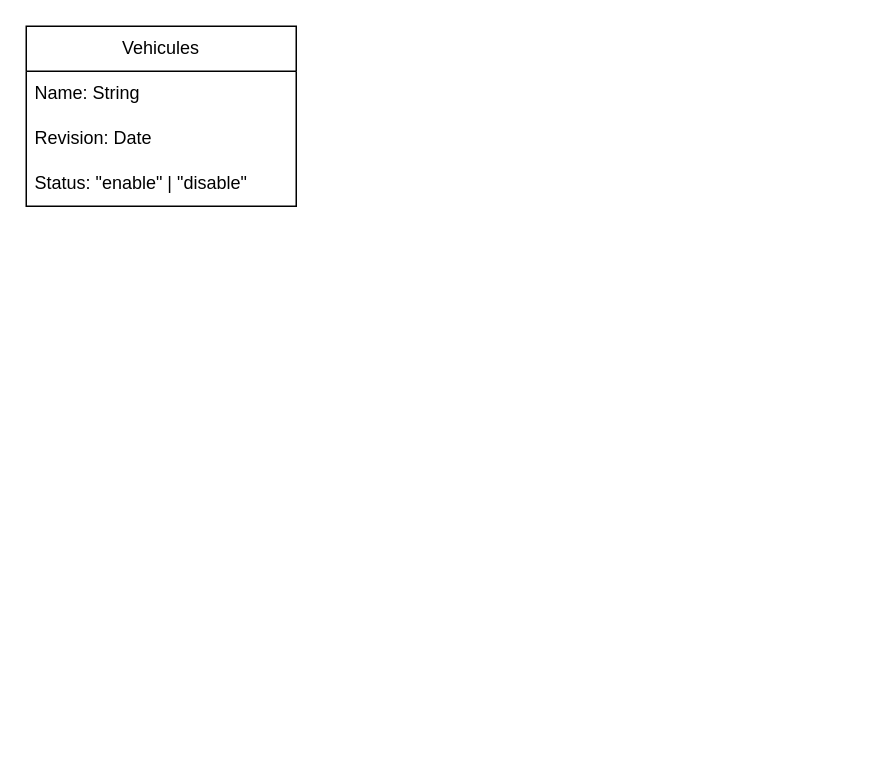
This is entities.drawio from Lokki68/securiparc_uml, a draw.io file, before an edit. Source tidied: cells renumbered, new cells numbered last; positions are measured from the earlier drawing's top-left corner, leaving out a move shared by most shapes. Both pictures are drawn from the tidied source at 150%, with x=0, y=0 at pixel (26, 26).
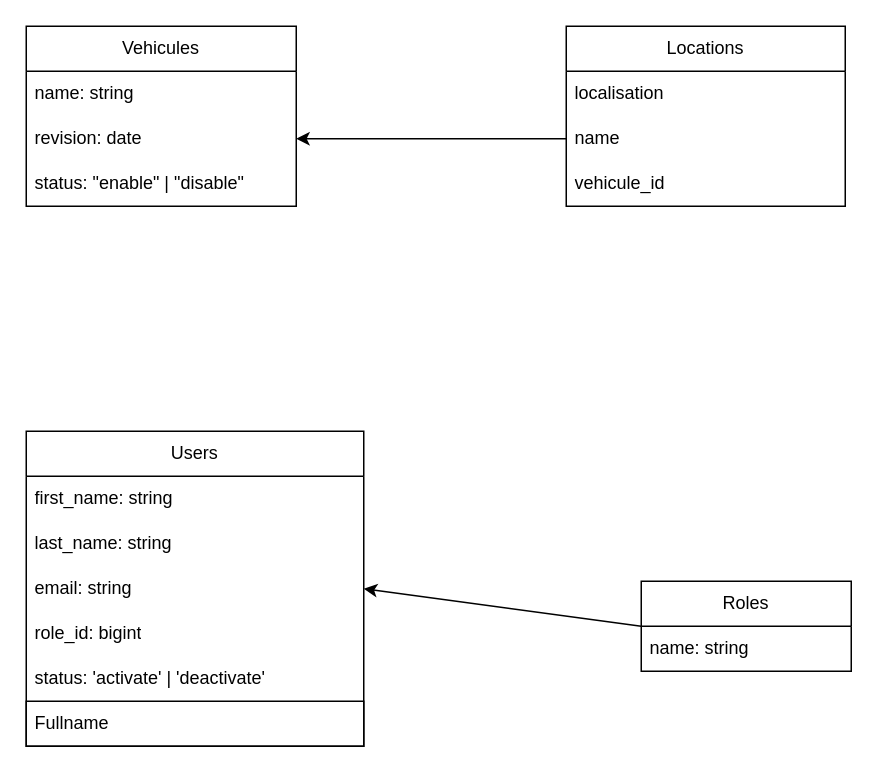
After the change.

Commit message:
add users role location table

Unchanged cells that the change refers to:
```xml
<mxCell id="2" value="Vehicules" style="swimlane;fontStyle=0;horizontal=1;startSize=30;whiteSpace=wrap;html=1;" parent="1" vertex="1">
  <mxGeometry width="180" height="120" as="geometry" />
</mxCell>
```

Change to the diagram source:
```diff
@@
-    <mxCell id="3" value="Name: String" style="text;strokeColor=none;fillColor=none;align=left;verticalAlign=middle;spacingLeft=4;spacingRight=4;overflow=hidden;whiteSpace=wrap;html=1;" parent="2" vertex="1">
+    <mxCell id="3" value="name: string" style="text;strokeColor=none;fillColor=none;align=left;verticalAlign=middle;spacingLeft=4;spacingRight=4;overflow=hidden;whiteSpace=wrap;html=1;" parent="2" vertex="1">
       <mxGeometry y="30" width="180" height="30" as="geometry" />
     </mxCell>
-    <mxCell id="4" value="Revision: Date" style="text;strokeColor=none;fillColor=none;align=left;verticalAlign=middle;spacingLeft=4;spacingRight=4;overflow=hidden;points=[[0,0.5],[1,0.5]];portConstraint=eastwest;whiteSpace=wrap;html=1;" parent="2" vertex="1">
+    <mxCell id="4" value="revision: date" style="text;strokeColor=none;fillColor=none;align=left;verticalAlign=middle;spacingLeft=4;spacingRight=4;overflow=hidden;points=[[0,0.5],[1,0.5]];portConstraint=eastwest;whiteSpace=wrap;html=1;" parent="2" vertex="1">
       <mxGeometry y="60" width="180" height="30" as="geometry" />
     </mxCell>
-    <mxCell id="5" value="Status: &quot;enable&quot; | &quot;disable&quot;" style="text;strokeColor=none;fillColor=none;align=left;verticalAlign=middle;spacingLeft=4;spacingRight=4;overflow=hidden;whiteSpace=wrap;html=1;" parent="2" vertex="1">
+    <mxCell id="5" value="status: &quot;enable&quot; | &quot;disable&quot;" style="text;strokeColor=none;fillColor=none;align=left;verticalAlign=middle;spacingLeft=4;spacingRight=4;overflow=hidden;whiteSpace=wrap;html=1;" parent="2" vertex="1">
       <mxGeometry y="90" width="180" height="30" as="geometry" />
     </mxCell>
+    <mxCell id="6" value="Locations" style="swimlane;fontStyle=0;horizontal=1;startSize=30;whiteSpace=wrap;html=1;" parent="1" vertex="1">
+      <mxGeometry x="360" width="186" height="120" as="geometry" />
+    </mxCell>
+    <mxCell id="7" value="localisation" style="text;strokeColor=none;fillColor=none;align=left;verticalAlign=middle;spacingLeft=4;spacingRight=4;overflow=hidden;whiteSpace=wrap;html=1;" parent="6" vertex="1">
+      <mxGeometry y="30" width="186" height="30" as="geometry" />
+    </mxCell>
+    <mxCell id="8" value="name" style="text;strokeColor=none;fillColor=none;align=left;verticalAlign=middle;spacingLeft=4;spacingRight=4;overflow=hidden;points=[[0,0.5],[1,0.5]];portConstraint=eastwest;whiteSpace=wrap;html=1;" parent="6" vertex="1">
+      <mxGeometry y="60" width="186" height="30" as="geometry" />
+    </mxCell>
+    <mxCell id="9" value="vehicule_id" style="text;strokeColor=none;fillColor=none;align=left;verticalAlign=middle;spacingLeft=4;spacingRight=4;overflow=hidden;whiteSpace=wrap;html=1;" parent="6" vertex="1">
+      <mxGeometry y="90" width="186" height="30" as="geometry" />
+    </mxCell>
+    <mxCell id="10" value="Users" style="swimlane;fontStyle=0;horizontal=1;startSize=30;whiteSpace=wrap;html=1;" parent="1" vertex="1">
+      <mxGeometry y="270" width="225" height="210" as="geometry" />
+    </mxCell>
+    <mxCell id="11" value="first_name: string" style="text;strokeColor=none;fillColor=none;align=left;verticalAlign=middle;spacingLeft=4;spacingRight=4;overflow=hidden;whiteSpace=wrap;html=1;" parent="10" vertex="1">
+      <mxGeometry y="30" width="225" height="30" as="geometry" />
+    </mxCell>
+    <mxCell id="12" value="last_name: string" style="text;strokeColor=none;fillColor=none;align=left;verticalAlign=middle;spacingLeft=4;spacingRight=4;overflow=hidden;whiteSpace=wrap;html=1;" parent="10" vertex="1">
+      <mxGeometry y="60" width="225" height="30" as="geometry" />
+    </mxCell>
+    <mxCell id="13" value="email: string" style="text;strokeColor=none;fillColor=none;align=left;verticalAlign=middle;spacingLeft=4;spacingRight=4;overflow=hidden;points=[[0,0.5],[1,0.5]];portConstraint=eastwest;whiteSpace=wrap;html=1;" parent="10" vertex="1">
+      <mxGeometry y="90" width="225" height="30" as="geometry" />
+    </mxCell>
+    <mxCell id="14" value="role_id: bigint" style="text;strokeColor=none;fillColor=none;align=left;verticalAlign=middle;spacingLeft=4;spacingRight=4;overflow=hidden;whiteSpace=wrap;html=1;" parent="10" vertex="1">
+      <mxGeometry y="120" width="225" height="30" as="geometry" />
+    </mxCell>
+    <mxCell id="15" value="status: 'activate' | 'deactivate'" style="text;strokeColor=none;fillColor=none;align=left;verticalAlign=middle;spacingLeft=4;spacingRight=4;overflow=hidden;whiteSpace=wrap;html=1;" parent="10" vertex="1">
+      <mxGeometry y="150" width="225" height="30" as="geometry" />
+    </mxCell>
+    <mxCell id="16" value="Fullname" style="text;strokeColor=default;fillColor=none;align=left;verticalAlign=middle;spacingLeft=4;spacingRight=4;overflow=hidden;whiteSpace=wrap;html=1;" parent="10" vertex="1">
+      <mxGeometry y="180" width="225" height="30" as="geometry" />
+    </mxCell>
+    <mxCell id="17" value="Roles" style="swimlane;fontStyle=0;horizontal=1;startSize=30;whiteSpace=wrap;html=1;" parent="1" vertex="1">
+      <mxGeometry x="410" y="370" width="140" height="60" as="geometry" />
+    </mxCell>
+    <mxCell id="18" value="name: string" style="text;strokeColor=none;fillColor=none;align=left;verticalAlign=middle;spacingLeft=4;spacingRight=4;overflow=hidden;whiteSpace=wrap;html=1;" parent="17" vertex="1">
+      <mxGeometry y="30" width="140" height="30" as="geometry" />
+    </mxCell>
+    <mxCell id="19" style="endArrow=classic;html=1;exitX=0;exitY=0.5;exitDx=0;exitDy=0;entryX=1;entryY=0.5;entryDx=0;entryDy=0;" parent="1" edge="1" source="17" target="13">
+      <mxGeometry relative="1" as="geometry" />
+    </mxCell>
+    <mxCell id="20" style="edgeStyle=none;html=1;exitX=0;exitY=0.5;exitDx=0;exitDy=0;entryX=1;entryY=0.5;entryDx=0;entryDy=0;" parent="1" edge="1" source="8" target="4">
+      <mxGeometry relative="1" as="geometry" />
+    </mxCell>
```
